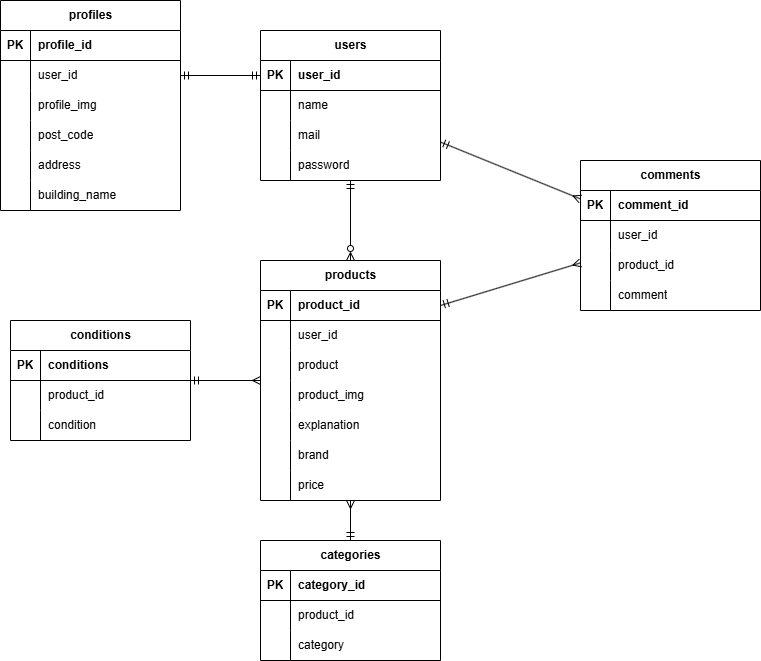
Above: freemarketapp.drawio.png in yusei8901/free-market-app (draw.io), before the change. Source tidied: cells renumbered, new cells last; positions are measured from the earlier drawing's top-left corner, leaving out a move shared by most shapes.
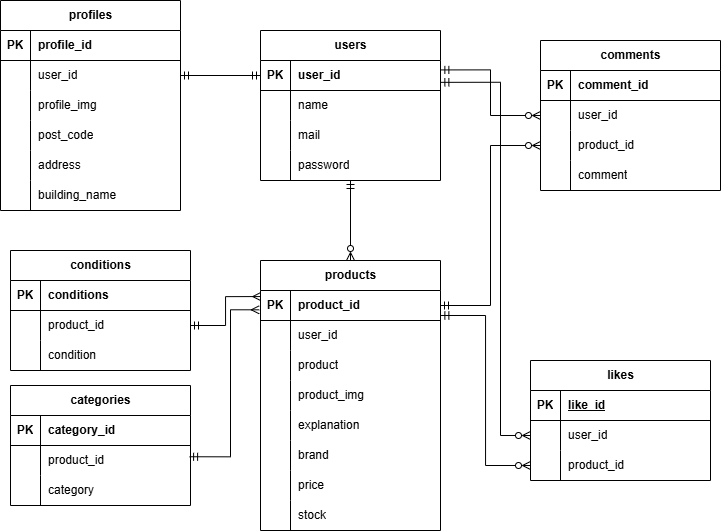
After the change.

Change to the diagram source:
```diff
@@ -5,11 +5,11 @@
     <mxCell id="2" style="html=1;targetPerimeterSpacing=0;startArrow=ERmandOne;startFill=0;endArrow=ERmandOne;endFill=0;entryX=1;entryY=0.5;entryDx=0;entryDy=0;exitX=0;exitY=0.5;exitDx=0;exitDy=0;" parent="1" edge="1" source="5" target="21">
       <mxGeometry relative="1" as="geometry" />
     </mxCell>
-    <mxCell id="3" style="edgeStyle=none;html=1;startArrow=ERmandOne;startFill=0;endArrow=ERmany;endFill=0;" parent="1" edge="1" source="4" target="62">
+    <mxCell id="3" style="edgeStyle=orthogonalEdgeStyle;html=1;startArrow=ERmandOne;startFill=0;endArrow=ERzeroToMany;endFill=0;rounded=0;curved=0;exitX=1.002;exitY=0.314;exitDx=0;exitDy=0;exitPerimeter=0;entryX=0;entryY=0.5;entryDx=0;entryDy=0;" parent="1" edge="1" source="5" target="66">
       <mxGeometry relative="1" as="geometry" />
     </mxCell>
     <mxCell id="4" value="users" style="shape=table;startSize=30;rowLines=0;fontStyle=1;align=center;html=1;" parent="1" vertex="1">
-      <mxGeometry x="260" y="30" width="180" height="150" as="geometry" />
+      <mxGeometry x="280" y="10" width="180" height="150" as="geometry" />
     </mxCell>
     <mxCell id="5" style="shape=tableRow;horizontal=0;startSize=0;swimlaneHead=0;swimlaneBody=0;fillColor=none;points=[[0,0.5],[1,0.5]];portConstraint=eastwest;top=0;left=0;right=0;bottom=1;" parent="4" vertex="1">
       <mxGeometry y="30" width="180" height="30" as="geometry" />
@@ -48,7 +48,7 @@
       <mxGeometry x="30" width="150" height="30" as="geometry" />
     </mxCell>
     <mxCell id="17" value="profiles" style="shape=table;startSize=30;rowLines=0;fontStyle=1;align=center;html=1;" parent="1" vertex="1">
-      <mxGeometry width="180" height="210" as="geometry" />
+      <mxGeometry x="20" y="-20" width="180" height="210" as="geometry" />
     </mxCell>
     <mxCell id="18" style="shape=tableRow;horizontal=0;startSize=0;swimlaneHead=0;swimlaneBody=0;fillColor=none;top=0;left=0;right=0;bottom=1;" parent="17" vertex="1">
       <mxGeometry y="30" width="180" height="30" as="geometry" />
@@ -107,14 +107,22 @@
     <mxCell id="36" style="edgeStyle=none;html=1;endArrow=ERmandOne;endFill=0;startArrow=ERzeroToMany;startFill=0;" parent="1" edge="1" source="39" target="14">
       <mxGeometry relative="1" as="geometry" />
     </mxCell>
-    <mxCell id="37" style="edgeStyle=none;html=1;endArrow=ERmandOne;endFill=0;startArrow=ERmany;startFill=0;" parent="1" edge="1" source="39" target="75">
-      <mxGeometry relative="1" as="geometry" />
+    <mxCell id="37" style="edgeStyle=orthogonalEdgeStyle;html=1;endArrow=ERmandOne;endFill=0;startArrow=ERmany;startFill=0;entryX=0.995;entryY=0.375;entryDx=0;entryDy=0;entryPerimeter=0;exitX=-0.007;exitY=0.644;exitDx=0;exitDy=0;exitPerimeter=0;rounded=0;curved=0;" parent="1" edge="1" source="40" target="79">
+      <mxGeometry relative="1" as="geometry">
+        <Array as="points">
+          <mxPoint x="250" y="289" />
+          <mxPoint x="250" y="436" />
+        </Array>
+      </mxGeometry>
     </mxCell>
-    <mxCell id="38" style="edgeStyle=none;html=1;endArrow=ERmandOne;endFill=0;startArrow=ERmany;startFill=0;" parent="1" edge="1" source="39" target="85">
+    <mxCell id="38" style="edgeStyle=orthogonalEdgeStyle;html=1;endArrow=ERmandOne;endFill=0;startArrow=ERmany;startFill=0;entryX=1;entryY=0.5;entryDx=0;entryDy=0;exitX=0.001;exitY=0.202;exitDx=0;exitDy=0;exitPerimeter=0;rounded=0;curved=0;" parent="1" edge="1" source="40" target="89">
       <mxGeometry relative="1" as="geometry" />
     </mxCell>
+    <mxCell id="95" style="edgeStyle=orthogonalEdgeStyle;html=1;entryX=0;entryY=0.5;entryDx=0;entryDy=0;exitX=1.002;exitY=0.833;exitDx=0;exitDy=0;exitPerimeter=0;rounded=0;curved=0;endArrow=ERzeroToMany;endFill=0;startArrow=ERmandOne;startFill=0;" parent="1" edge="1" source="40" target="106">
+      <mxGeometry relative="1" as="geometry" />
+    </mxCell>
     <mxCell id="39" value="products" style="shape=table;startSize=30;rowLines=0;fontStyle=1;align=center;html=1;" parent="1" vertex="1">
-      <mxGeometry x="260" y="260" width="180" height="240" as="geometry" />
+      <mxGeometry x="280" y="240" width="180" height="270" as="geometry" />
     </mxCell>
     <mxCell id="40" style="shape=tableRow;horizontal=0;startSize=0;swimlaneHead=0;swimlaneBody=0;fillColor=none;points=[[0,0.5],[1,0.5]];portConstraint=eastwest;top=0;left=0;right=0;bottom=1;" parent="39" vertex="1">
       <mxGeometry y="30" width="180" height="30" as="geometry" />
@@ -179,11 +187,20 @@
     <mxCell id="60" value="price" style="shape=partialRectangle;fillColor=none;top=0;left=0;bottom=0;right=0;align=left;spacingLeft=6;overflow=hidden;whiteSpace=wrap;html=1;" parent="58" vertex="1">
       <mxGeometry x="30" width="150" height="30" as="geometry" />
     </mxCell>
+    <mxCell id="96" style="shape=tableRow;horizontal=0;startSize=0;swimlaneHead=0;swimlaneBody=0;fillColor=none;top=0;left=0;right=0;bottom=0;" parent="39" vertex="1">
+      <mxGeometry y="240" width="180" height="30" as="geometry" />
+    </mxCell>
+    <mxCell id="97" style="shape=partialRectangle;fillColor=none;top=0;left=0;bottom=0;right=0;overflow=hidden;whiteSpace=wrap;html=1;" parent="96" vertex="1">
+      <mxGeometry width="30" height="30" as="geometry" />
+    </mxCell>
+    <mxCell id="98" value="stock" style="shape=partialRectangle;fillColor=none;top=0;left=0;bottom=0;right=0;align=left;spacingLeft=6;overflow=hidden;whiteSpace=wrap;html=1;" parent="96" vertex="1">
+      <mxGeometry x="30" width="150" height="30" as="geometry" />
+    </mxCell>
-    <mxCell id="61" style="edgeStyle=none;html=1;entryX=1;entryY=0.5;entryDx=0;entryDy=0;startArrow=ERmany;startFill=0;endArrow=ERmandOne;endFill=0;" parent="1" edge="1" source="62" target="40">
+    <mxCell id="61" style="edgeStyle=orthogonalEdgeStyle;html=1;entryX=1;entryY=0.5;entryDx=0;entryDy=0;startArrow=ERzeroToMany;startFill=0;endArrow=ERmandOne;endFill=0;rounded=0;curved=0;exitX=0;exitY=0.5;exitDx=0;exitDy=0;" parent="1" edge="1" source="69" target="40">
       <mxGeometry relative="1" as="geometry" />
     </mxCell>
     <mxCell id="62" value="comments" style="shape=table;startSize=30;rowLines=0;fontStyle=1;align=center;html=1;" parent="1" vertex="1">
-      <mxGeometry x="580" y="160" width="180" height="150" as="geometry" />
+      <mxGeometry x="560" y="20" width="180" height="150" as="geometry" />
     </mxCell>
     <mxCell id="63" style="shape=tableRow;horizontal=0;startSize=0;swimlaneHead=0;swimlaneBody=0;fillColor=none;top=0;left=0;right=0;bottom=1;" parent="62" vertex="1">
       <mxGeometry y="30" width="180" height="30" as="geometry" />
@@ -222,7 +239,7 @@
       <mxGeometry x="30" width="150" height="30" as="geometry" />
     </mxCell>
     <mxCell id="75" value="categories" style="shape=table;startSize=30;rowLines=0;fontStyle=1;align=center;html=1;" parent="1" vertex="1">
-      <mxGeometry x="260" y="540" width="180" height="120" as="geometry" />
+      <mxGeometry x="30" y="365" width="180" height="120" as="geometry" />
     </mxCell>
     <mxCell id="76" style="shape=tableRow;horizontal=0;startSize=0;swimlaneHead=0;swimlaneBody=0;fillColor=none;top=0;left=0;right=0;bottom=1;" parent="75" vertex="1">
       <mxGeometry y="30" width="180" height="30" as="geometry" />
@@ -252,7 +269,7 @@
       <mxGeometry x="30" width="150" height="30" as="geometry" />
     </mxCell>
     <mxCell id="85" value="conditions" style="shape=table;startSize=30;rowLines=0;fontStyle=1;align=center;html=1;" parent="1" vertex="1">
-      <mxGeometry x="10" y="320" width="180" height="120" as="geometry" />
+      <mxGeometry x="30" y="230" width="180" height="120" as="geometry" />
     </mxCell>
     <mxCell id="86" style="shape=tableRow;horizontal=0;startSize=0;swimlaneHead=0;swimlaneBody=0;fillColor=none;top=0;left=0;right=0;bottom=1;" parent="85" vertex="1">
       <mxGeometry y="30" width="180" height="30" as="geometry" />
@@ -281,5 +298,43 @@
     <mxCell id="94" value="condition" style="shape=partialRectangle;fillColor=none;top=0;left=0;bottom=0;right=0;align=left;spacingLeft=6;overflow=hidden;whiteSpace=wrap;html=1;" parent="92" vertex="1">
       <mxGeometry x="30" width="150" height="30" as="geometry" />
     </mxCell>
+    <mxCell id="99" value="likes" style="shape=table;startSize=30;rowLines=0;fontStyle=1;align=center;html=1;" parent="1" vertex="1">
+      <mxGeometry x="550" y="340" width="180" height="120" as="geometry" />
+    </mxCell>
+    <mxCell id="100" style="shape=tableRow;horizontal=0;startSize=0;swimlaneHead=0;swimlaneBody=0;fillColor=none;top=0;left=0;right=0;bottom=1;" parent="99" vertex="1">
+      <mxGeometry y="30" width="180" height="30" as="geometry" />
+    </mxCell>
+    <mxCell id="101" value="PK" style="shape=partialRectangle;fillColor=none;top=0;left=0;bottom=0;right=0;fontStyle=1;overflow=hidden;whiteSpace=wrap;html=1;" parent="100" vertex="1">
+      <mxGeometry width="30" height="30" as="geometry" />
+    </mxCell>
+    <mxCell id="102" value="like_id" style="shape=partialRectangle;fillColor=none;top=0;left=0;bottom=0;right=0;align=left;spacingLeft=6;fontStyle=5;overflow=hidden;whiteSpace=wrap;html=1;" parent="100" vertex="1">
+      <mxGeometry x="30" width="150" height="30" as="geometry" />
+    </mxCell>
+    <mxCell id="103" style="shape=tableRow;horizontal=0;startSize=0;swimlaneHead=0;swimlaneBody=0;fillColor=none;points=[[0,0.5],[1,0.5]];portConstraint=eastwest;top=0;left=0;right=0;bottom=0;" parent="99" vertex="1">
+      <mxGeometry y="60" width="180" height="30" as="geometry" />
+    </mxCell>
+    <mxCell id="104" style="shape=partialRectangle;fillColor=none;top=0;left=0;bottom=0;right=0;overflow=hidden;whiteSpace=wrap;html=1;" parent="103" vertex="1">
+      <mxGeometry width="30" height="30" as="geometry" />
+    </mxCell>
+    <mxCell id="105" value="user_id" style="shape=partialRectangle;fillColor=none;top=0;left=0;bottom=0;right=0;align=left;spacingLeft=6;overflow=hidden;whiteSpace=wrap;html=1;" parent="103" vertex="1">
+      <mxGeometry x="30" width="150" height="30" as="geometry" />
+    </mxCell>
+    <mxCell id="106" style="shape=tableRow;horizontal=0;startSize=0;swimlaneHead=0;swimlaneBody=0;fillColor=none;points=[[0,0.5],[1,0.5]];portConstraint=eastwest;top=0;left=0;right=0;bottom=0;" parent="99" vertex="1">
+      <mxGeometry y="90" width="180" height="30" as="geometry" />
+    </mxCell>
+    <mxCell id="107" style="shape=partialRectangle;fillColor=none;top=0;left=0;bottom=0;right=0;overflow=hidden;whiteSpace=wrap;html=1;" parent="106" vertex="1">
+      <mxGeometry width="30" height="30" as="geometry" />
+    </mxCell>
+    <mxCell id="108" value="product_id" style="shape=partialRectangle;fillColor=none;top=0;left=0;bottom=0;right=0;align=left;spacingLeft=6;overflow=hidden;whiteSpace=wrap;html=1;" parent="106" vertex="1">
+      <mxGeometry x="30" width="150" height="30" as="geometry" />
+    </mxCell>
+    <mxCell id="109" style="endArrow=ERzeroToMany;html=1;entryX=0;entryY=0.5;entryDx=0;entryDy=0;exitX=1.002;exitY=0.728;exitDx=0;exitDy=0;exitPerimeter=0;edgeStyle=orthogonalEdgeStyle;rounded=0;curved=0;endFill=0;startArrow=ERmandOne;startFill=0;" parent="1" edge="1" source="5" target="103">
+      <mxGeometry relative="1" as="geometry">
+        <Array as="points">
+          <mxPoint x="520" y="62" />
+          <mxPoint x="520" y="415" />
+        </Array>
+      </mxGeometry>
+    </mxCell>
   </root>
 </mxGraphModel>
```
